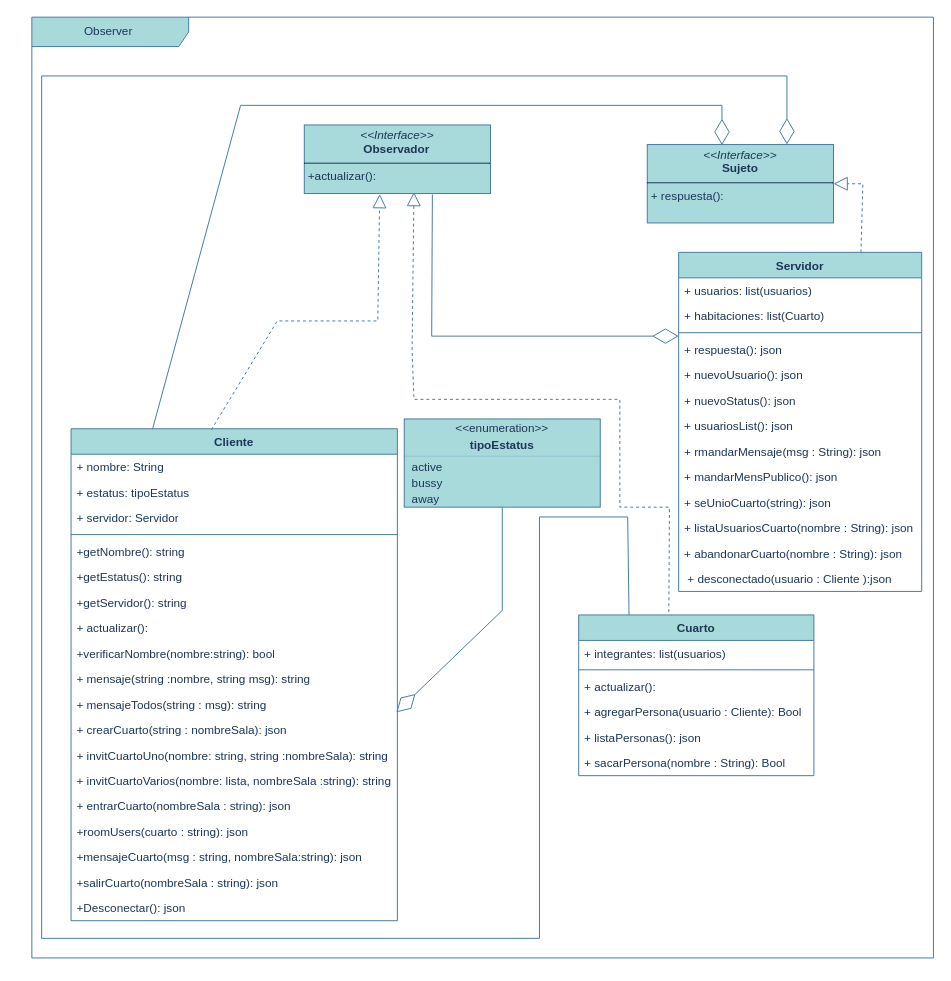
Above: docs/Mensajeria.drawio in Sergio09XJ/Servicio-Mensajeria (draw.io), before the change. Source tidied: cells renumbered, new cells numbered last; positions are measured from the earlier drawing's top-left corner, leaving out a move shared by most shapes. Both pictures are drawn from the tidied source at 98%, with x=0, y=0 at pixel (31, 17).
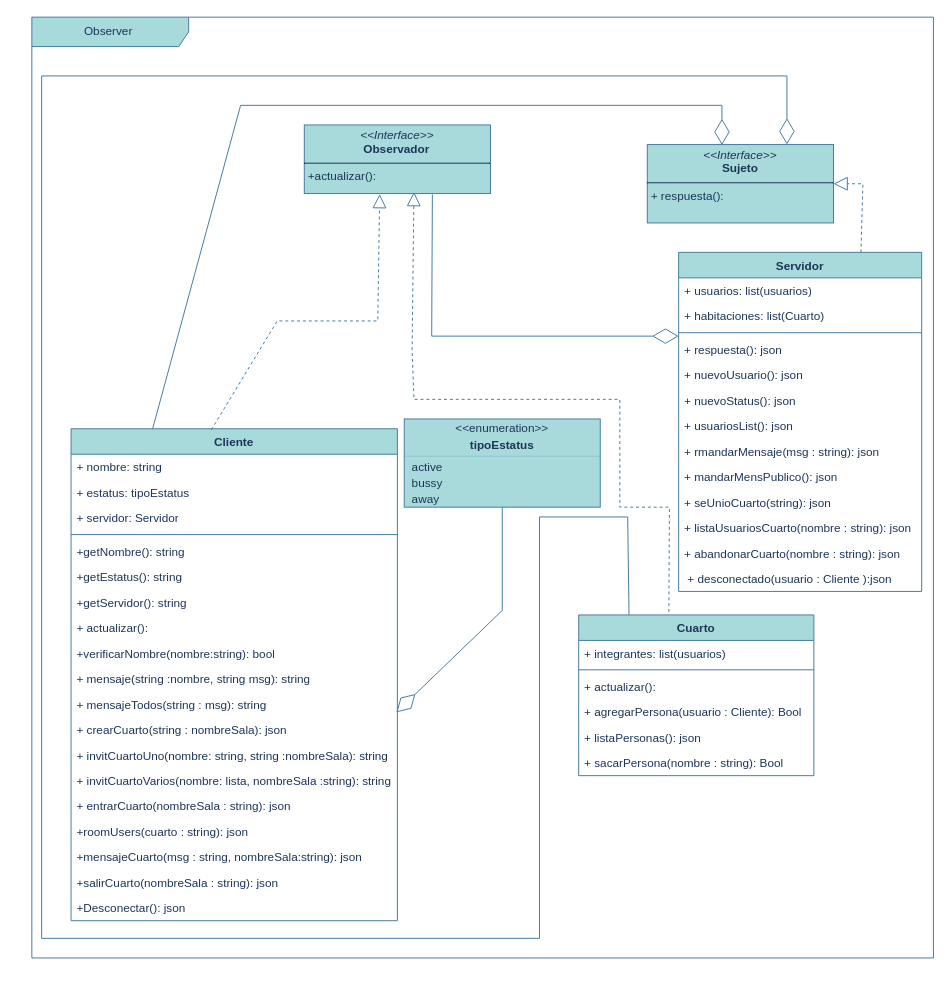
Above is the later version.

Unchanged cells that the change refers to:
```xml
<mxCell id="2" value="Cliente" style="swimlane;fontStyle=1;align=center;verticalAlign=top;horizontal=1;startSize=26;whiteSpace=wrap;html=1;labelBackgroundColor=none;fillColor=#A8DADC;strokeColor=#457B9D;fontColor=#1D3557;" parent="1" vertex="1">
  <mxGeometry x="40" y="420" width="333" height="502" as="geometry" />
</mxCell>
<mxCell id="22" value="Servidor" style="swimlane;fontStyle=1;align=center;verticalAlign=top;horizontal=1;startSize=26;whiteSpace=wrap;html=1;labelBackgroundColor=none;fillColor=#A8DADC;strokeColor=#457B9D;fontColor=#1D3557;" parent="1" vertex="1">
  <mxGeometry x="660" y="240" width="248" height="346" as="geometry" />
</mxCell>
<mxCell id="36" value="Cuarto&lt;div&gt;&lt;br&gt;&lt;/div&gt;" style="swimlane;fontStyle=1;align=center;verticalAlign=top;horizontal=1;startSize=26;whiteSpace=wrap;html=1;labelBackgroundColor=none;fillColor=#A8DADC;strokeColor=#457B9D;fontColor=#1D3557;" parent="1" vertex="1">
  <mxGeometry x="558" y="610" width="240" height="164" as="geometry" />
</mxCell>
```

Change to the diagram source:
```diff
@@
-    <mxCell id="3" value="+ nombre: String" style="text;strokeColor=none;fillColor=none;align=left;verticalAlign=top;spacingLeft=4;spacingRight=4;overflow=hidden;whiteSpace=wrap;html=1;labelBackgroundColor=none;fontColor=#1D3557;" parent="2" vertex="1">
+    <mxCell id="3" value="+ nombre: string" style="text;strokeColor=none;fillColor=none;align=left;verticalAlign=top;spacingLeft=4;spacingRight=4;overflow=hidden;whiteSpace=wrap;html=1;labelBackgroundColor=none;fontColor=#1D3557;" parent="2" vertex="1">
       <mxGeometry y="26" width="333" height="26" as="geometry" />
     </mxCell>
@@
-    <mxCell id="30" value="+ rmandarMensaje(msg : String): json" style="text;strokeColor=none;fillColor=none;align=left;verticalAlign=top;spacingLeft=4;spacingRight=4;overflow=hidden;whiteSpace=wrap;html=1;labelBackgroundColor=none;fontColor=#1D3557;" parent="22" vertex="1">
+    <mxCell id="30" value="+ rmandarMensaje(msg : string): json" style="text;strokeColor=none;fillColor=none;align=left;verticalAlign=top;spacingLeft=4;spacingRight=4;overflow=hidden;whiteSpace=wrap;html=1;labelBackgroundColor=none;fontColor=#1D3557;" parent="22" vertex="1">
       <mxGeometry y="190" width="248" height="26" as="geometry" />
     </mxCell>
@@
-    <mxCell id="33" value="+ listaUsuariosCuarto(nombre : String): json" style="text;strokeColor=none;fillColor=none;align=left;verticalAlign=top;spacingLeft=4;spacingRight=4;overflow=hidden;whiteSpace=wrap;html=1;labelBackgroundColor=none;fontColor=#1D3557;" parent="22" vertex="1">
+    <mxCell id="33" value="+ listaUsuariosCuarto(nombre : string): json" style="text;strokeColor=none;fillColor=none;align=left;verticalAlign=top;spacingLeft=4;spacingRight=4;overflow=hidden;whiteSpace=wrap;html=1;labelBackgroundColor=none;fontColor=#1D3557;" parent="22" vertex="1">
       <mxGeometry y="268" width="248" height="26" as="geometry" />
     </mxCell>
-    <mxCell id="34" value="+ abandonarCuarto(nombre : String): json" style="text;strokeColor=none;fillColor=none;align=left;verticalAlign=top;spacingLeft=4;spacingRight=4;overflow=hidden;whiteSpace=wrap;html=1;labelBackgroundColor=none;fontColor=#1D3557;" parent="22" vertex="1">
+    <mxCell id="34" value="+ abandonarCuarto(nombre : string): json" style="text;strokeColor=none;fillColor=none;align=left;verticalAlign=top;spacingLeft=4;spacingRight=4;overflow=hidden;whiteSpace=wrap;html=1;labelBackgroundColor=none;fontColor=#1D3557;" parent="22" vertex="1">
       <mxGeometry y="294" width="248" height="26" as="geometry" />
     </mxCell>
@@
-    <mxCell id="42" value="+ sacarPersona(nombre : String): Bool" style="text;strokeColor=none;fillColor=none;align=left;verticalAlign=top;spacingLeft=4;spacingRight=4;overflow=hidden;whiteSpace=wrap;html=1;labelBackgroundColor=none;fontColor=#1D3557;" parent="36" vertex="1">
+    <mxCell id="42" value="+ sacarPersona(nombre : string): Bool" style="text;strokeColor=none;fillColor=none;align=left;verticalAlign=top;spacingLeft=4;spacingRight=4;overflow=hidden;whiteSpace=wrap;html=1;labelBackgroundColor=none;fontColor=#1D3557;" parent="36" vertex="1">
       <mxGeometry y="138" width="240" height="26" as="geometry" />
     </mxCell>
```
